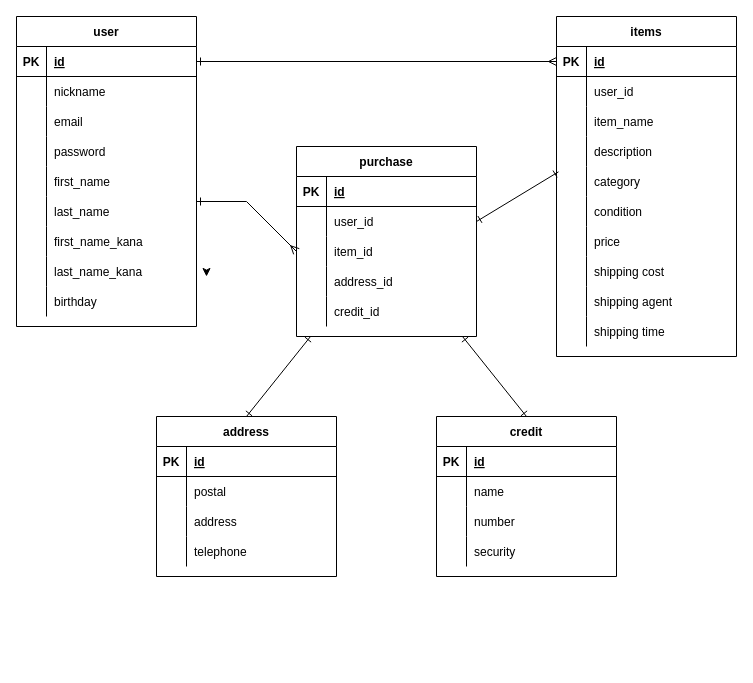
Before: furima.dio in kohaku428/furima-33525, a draw.io diagram. Source tidied: cells renumbered, new cells numbered last; positions are measured from the earlier drawing's top-left corner, leaving out a move shared by most shapes. Both pictures are drawn from the tidied source at 100%, with x=0, y=0 at pixel (16, 16).
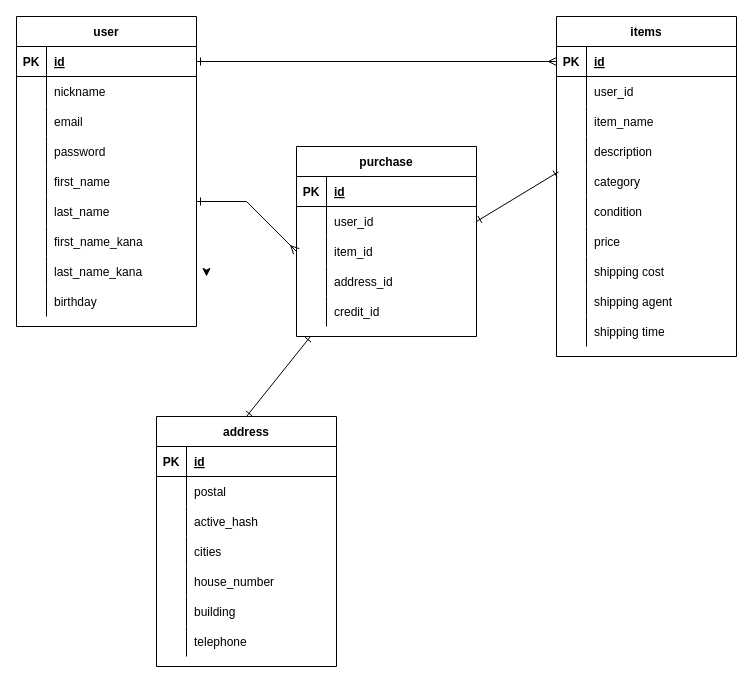
After the change.

Commit message (it also covers changes not shown here):
テーブル設計の修正

The change refers to these unchanged cells:
```xml
<mxCell id="64" value="purchase" style="shape=table;startSize=30;childLayout=tableLayout;rowLines=0;fontStyle=1;align=center;" parent="1" vertex="1">
  <mxGeometry x="280" y="130" width="180" height="190" as="geometry" />
</mxCell>
<mxCell id="87" style="shape=partialRectangle;fillColor=none;top=0;left=0;bottom=0;right=0;" parent="80" vertex="1">
  <mxGeometry y="90" width="180" height="30" as="geometry" />
</mxCell>
<mxCell id="90" style="shape=partialRectangle;fillColor=none;top=0;left=0;bottom=0;right=0;" parent="80" vertex="1">
  <mxGeometry y="120" width="180" height="30" as="geometry" />
</mxCell>
```

The edit, as a diff of the source:
```diff
@@
-    <mxCell id="63" style="edgeStyle=none;rounded=0;jettySize=auto;html=1;entryX=0.5;entryY=0;entryDx=0;entryDy=0;startArrow=ERone;startFill=0;endArrow=ERone;endFill=0;" parent="1" edge="1" source="64" target="93">
-      <mxGeometry relative="1" as="geometry" />
-    </mxCell>
@@
     <mxCell id="80" value="address" style="shape=table;startSize=30;childLayout=tableLayout;rowLines=0;fontStyle=1;align=center;" parent="1" vertex="1">
-      <mxGeometry x="140" y="400" width="180" height="160" as="geometry" />
+      <mxGeometry x="140" y="400" width="180" height="250" as="geometry" />
     </mxCell>
@@
-    <mxCell id="89" value="address" style="shape=partialRectangle;fillColor=none;top=0;left=0;bottom=0;right=0;align=left;spacingLeft=6;overflow=hidden;" parent="87" vertex="1">
+    <mxCell id="89" value="active_hash" style="shape=partialRectangle;fillColor=none;top=0;left=0;bottom=0;right=0;align=left;spacingLeft=6;overflow=hidden;" parent="87" vertex="1">
       <mxGeometry x="30" width="150" height="30" as="geometry" />
     </mxCell>
@@
-    <mxCell id="92" value="telephone" style="shape=partialRectangle;fillColor=none;top=0;left=0;bottom=0;right=0;align=left;spacingLeft=6;overflow=hidden;" parent="90" vertex="1">
+    <mxCell id="92" value="cities" style="shape=partialRectangle;fillColor=none;top=0;left=0;bottom=0;right=0;align=left;spacingLeft=6;overflow=hidden;" parent="90" vertex="1">
       <mxGeometry x="30" width="150" height="30" as="geometry" />
     </mxCell>
-    <mxCell id="93" value="credit" style="shape=table;startSize=30;childLayout=tableLayout;rowLines=0;fontStyle=1;align=center;" parent="1" vertex="1">
-      <mxGeometry x="420" y="400" width="180" height="160" as="geometry" />
-    </mxCell>
-    <mxCell id="94" style="shape=partialRectangle;fillColor=none;top=0;left=0;bottom=1;right=0;" parent="93" vertex="1">
-      <mxGeometry y="30" width="180" height="30" as="geometry" />
-    </mxCell>
-    <mxCell id="95" value="PK" style="shape=partialRectangle;fillColor=none;top=0;left=0;bottom=0;right=0;fontStyle=1;overflow=hidden;" parent="94" vertex="1">
-      <mxGeometry width="30" height="30" as="geometry" />
-    </mxCell>
-    <mxCell id="96" value="id" style="shape=partialRectangle;fillColor=none;top=0;left=0;bottom=0;right=0;align=left;spacingLeft=6;fontStyle=5;overflow=hidden;" parent="94" vertex="1">
-      <mxGeometry x="30" width="150" height="30" as="geometry" />
-    </mxCell>
-    <mxCell id="97" style="shape=partialRectangle;fillColor=none;top=0;left=0;bottom=0;right=0;" parent="93" vertex="1">
-      <mxGeometry y="60" width="180" height="30" as="geometry" />
-    </mxCell>
-    <mxCell id="98" style="shape=partialRectangle;fillColor=none;top=0;left=0;bottom=0;right=0;overflow=hidden;" parent="97" vertex="1">
-      <mxGeometry width="30" height="30" as="geometry" />
-    </mxCell>
-    <mxCell id="99" value="name" style="shape=partialRectangle;fillColor=none;top=0;left=0;bottom=0;right=0;align=left;spacingLeft=6;overflow=hidden;" parent="97" vertex="1">
-      <mxGeometry x="30" width="150" height="30" as="geometry" />
-    </mxCell>
-    <mxCell id="100" style="shape=partialRectangle;fillColor=none;top=0;left=0;bottom=0;right=0;" parent="93" vertex="1">
-      <mxGeometry y="90" width="180" height="30" as="geometry" />
-    </mxCell>
-    <mxCell id="101" style="shape=partialRectangle;fillColor=none;top=0;left=0;bottom=0;right=0;overflow=hidden;" parent="100" vertex="1">
-      <mxGeometry width="30" height="30" as="geometry" />
-    </mxCell>
-    <mxCell id="102" value="number" style="shape=partialRectangle;fillColor=none;top=0;left=0;bottom=0;right=0;align=left;spacingLeft=6;overflow=hidden;" parent="100" vertex="1">
-      <mxGeometry x="30" width="150" height="30" as="geometry" />
-    </mxCell>
-    <mxCell id="103" style="shape=partialRectangle;fillColor=none;top=0;left=0;bottom=0;right=0;" parent="93" vertex="1">
-      <mxGeometry y="120" width="180" height="30" as="geometry" />
-    </mxCell>
-    <mxCell id="104" style="shape=partialRectangle;fillColor=none;top=0;left=0;bottom=0;right=0;overflow=hidden;" parent="103" vertex="1">
-      <mxGeometry width="30" height="30" as="geometry" />
-    </mxCell>
-    <mxCell id="105" value="security" style="shape=partialRectangle;fillColor=none;top=0;left=0;bottom=0;right=0;align=left;spacingLeft=6;overflow=hidden;" parent="103" vertex="1">
-      <mxGeometry x="30" width="150" height="30" as="geometry" />
-    </mxCell>
+    <mxCell id="109" style="shape=partialRectangle;fillColor=none;top=0;left=0;bottom=0;right=0;" parent="80" vertex="1">
+      <mxGeometry y="150" width="180" height="30" as="geometry" />
+    </mxCell>
+    <mxCell id="110" style="shape=partialRectangle;fillColor=none;top=0;left=0;bottom=0;right=0;overflow=hidden;" parent="109" vertex="1">
+      <mxGeometry width="30" height="30" as="geometry" />
+    </mxCell>
+    <mxCell id="111" value="house_number" style="shape=partialRectangle;fillColor=none;top=0;left=0;bottom=0;right=0;align=left;spacingLeft=6;overflow=hidden;" parent="109" vertex="1">
+      <mxGeometry x="30" width="150" height="30" as="geometry" />
+    </mxCell>
+    <mxCell id="112" style="shape=partialRectangle;fillColor=none;top=0;left=0;bottom=0;right=0;" parent="80" vertex="1">
+      <mxGeometry y="180" width="180" height="30" as="geometry" />
+    </mxCell>
+    <mxCell id="113" style="shape=partialRectangle;fillColor=none;top=0;left=0;bottom=0;right=0;overflow=hidden;" parent="112" vertex="1">
+      <mxGeometry width="30" height="30" as="geometry" />
+    </mxCell>
+    <mxCell id="114" value="building" style="shape=partialRectangle;fillColor=none;top=0;left=0;bottom=0;right=0;align=left;spacingLeft=6;overflow=hidden;" parent="112" vertex="1">
+      <mxGeometry x="30" width="150" height="30" as="geometry" />
+    </mxCell>
+    <mxCell id="115" style="shape=partialRectangle;fillColor=none;top=0;left=0;bottom=0;right=0;" parent="80" vertex="1">
+      <mxGeometry y="210" width="180" height="30" as="geometry" />
+    </mxCell>
+    <mxCell id="116" style="shape=partialRectangle;fillColor=none;top=0;left=0;bottom=0;right=0;overflow=hidden;" parent="115" vertex="1">
+      <mxGeometry width="30" height="30" as="geometry" />
+    </mxCell>
+    <mxCell id="117" value="telephone" style="shape=partialRectangle;fillColor=none;top=0;left=0;bottom=0;right=0;align=left;spacingLeft=6;overflow=hidden;" parent="115" vertex="1">
+      <mxGeometry x="30" width="150" height="30" as="geometry" />
+    </mxCell>
```
